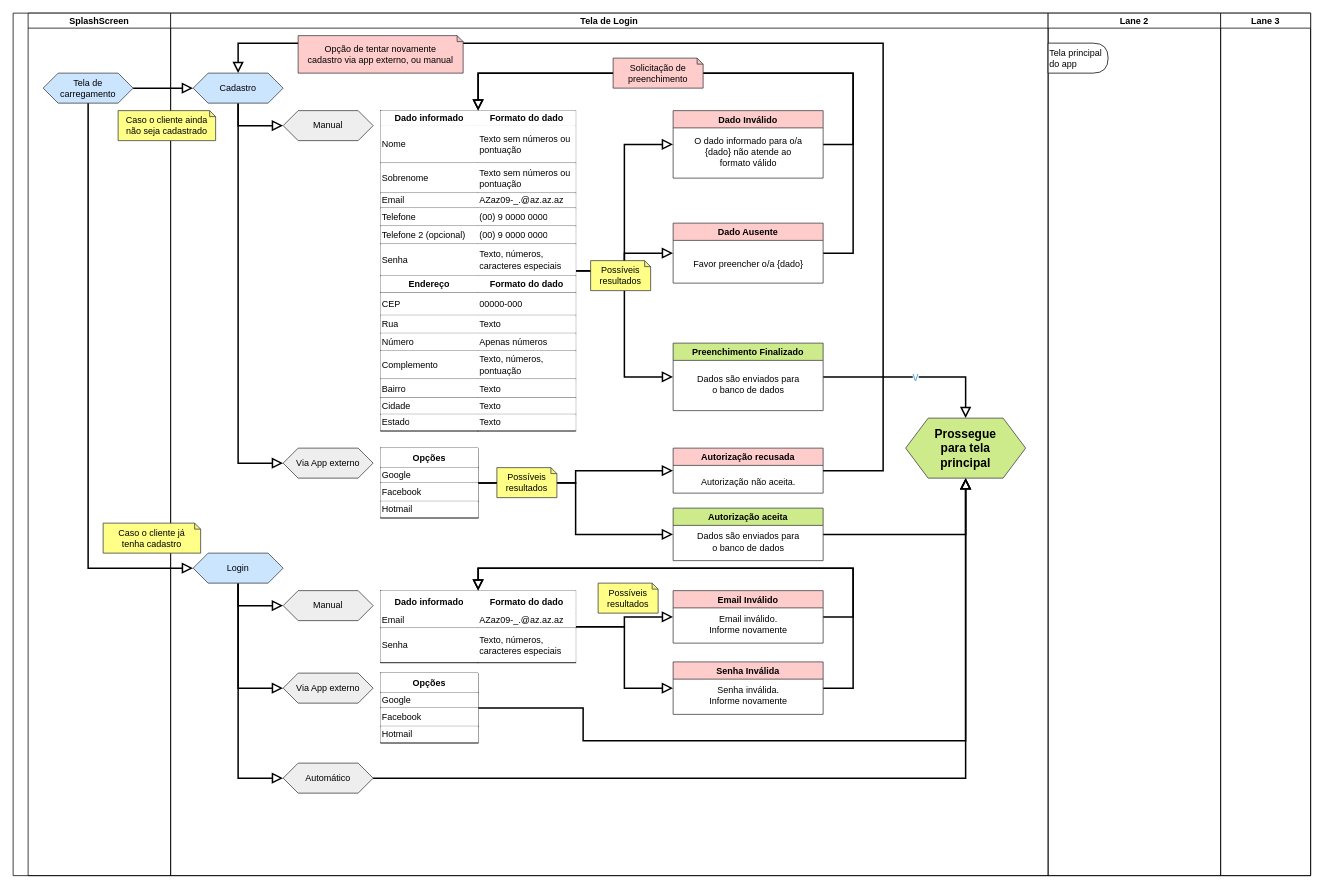
The draw.io diagram page "Cliente" (1 of 2) of diagrama_de_atividades_cliente.drawio in VicMCA/CesarNExT, before the edit. Source tidied: cells renumbered, new cells numbered last; positions are measured from the earlier drawing's top-left corner, leaving out a move shared by most shapes. Both pictures are drawn from the tidied source at 75%, with x=0, y=0 at pixel (13, 13).
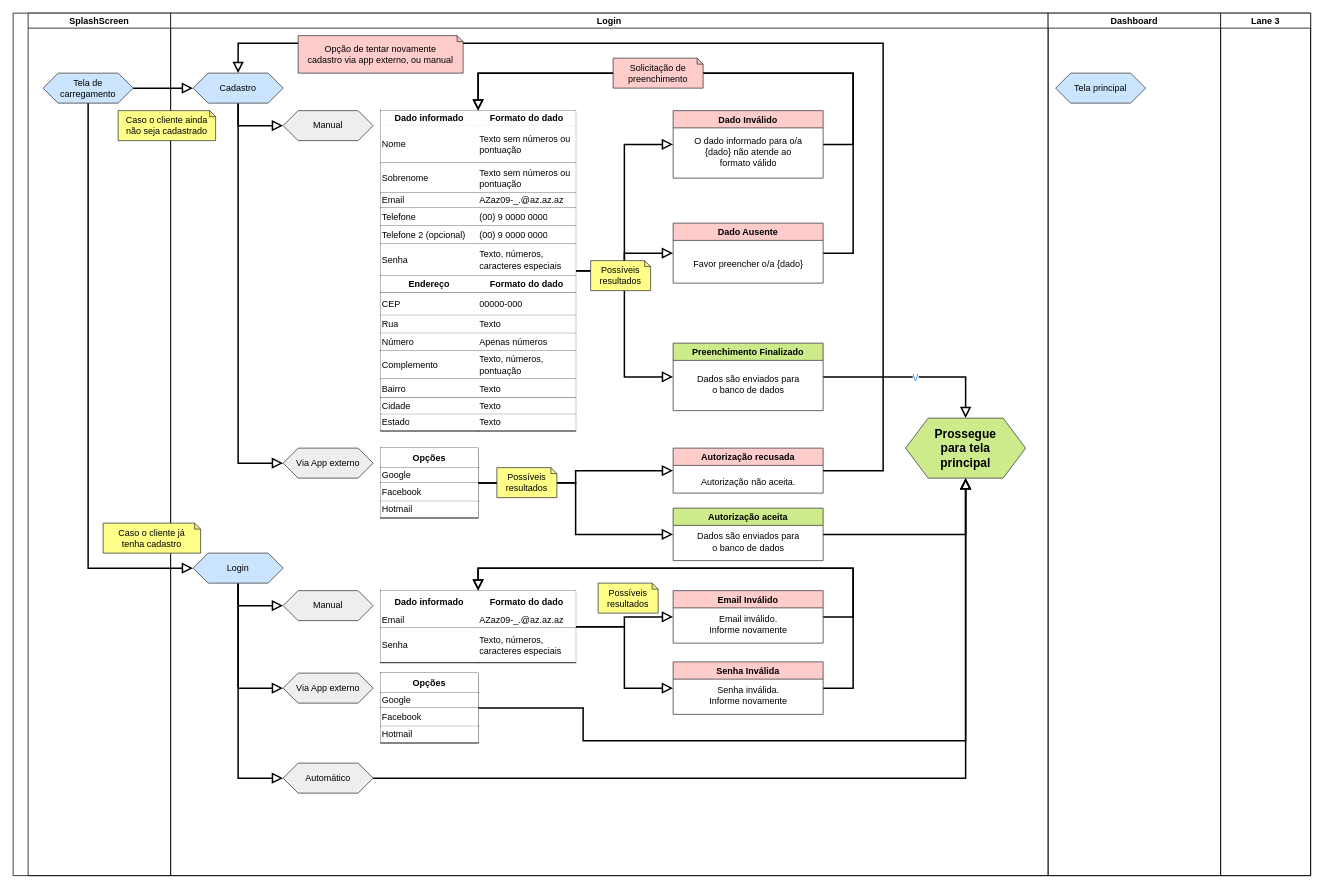
After the change.

The change refers to these unchanged cells:
```xml
<mxCell id="2" value=" " style="swimlane;startSize=20;horizontal=0;rounded=0;sketch=0;swimlaneLine=0;strokeOpacity=100;separatorColor=none;" parent="1" vertex="1">
  <mxGeometry width="1730" height="1150" as="geometry" />
</mxCell>
```

Diff of the diagram source:
```diff
@@
-    <mxCell id="5" value="Tela de Login" style="swimlane;startSize=20;rounded=0;sketch=0;" parent="2" vertex="1">
+    <mxCell id="5" value="Login" style="swimlane;startSize=20;rounded=0;sketch=0;" parent="2" vertex="1">
       <mxGeometry x="210" width="1170" height="1150" as="geometry" />
     </mxCell>
@@
-    <mxCell id="131" value="Lane 2" style="swimlane;startSize=20;rounded=0;sketch=0;" parent="2" vertex="1">
+    <mxCell id="131" value="Dashboard" style="swimlane;startSize=20;rounded=0;sketch=0;" parent="2" vertex="1">
       <mxGeometry x="1380" width="230" height="1150" as="geometry" />
     </mxCell>
-    <mxCell id="132" value="Tela principal do app" style="shape=delay;whiteSpace=wrap;html=1;rounded=0;sketch=0;align=left;" parent="131" vertex="1">
-      <mxGeometry y="40" width="80" height="40" as="geometry" />
-    </mxCell>
+    <mxCell id="136" value="Tela principal" style="shape=hexagon;perimeter=hexagonPerimeter2;whiteSpace=wrap;html=1;fixedSize=1;rounded=0;labelBackgroundColor=none;labelBorderColor=none;sketch=0;align=center;fillColor=#cce5ff;strokeColor=#36393d;" parent="131" vertex="1">
+      <mxGeometry x="10" y="80" width="120" height="40" as="geometry" />
+    </mxCell>
```
